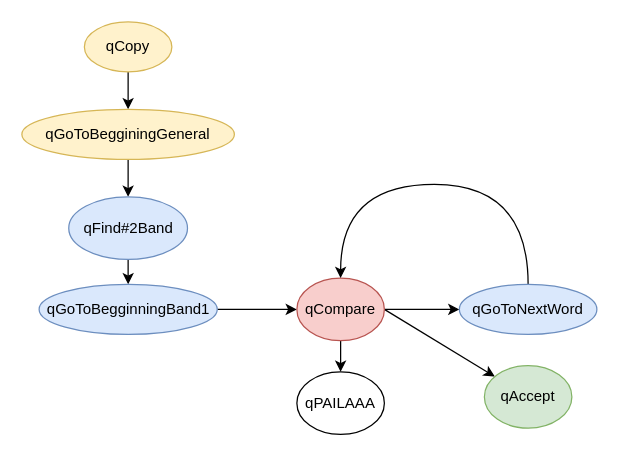
This is teoria_del_pc/presetacion/Untitled Diagram.drawio from DaveAlsina/4toSemestre, a draw.io file, before an edit. Source tidied: cells renumbered, new cells numbered last; positions are measured from the earlier drawing's top-left corner, leaving out a move shared by most shapes. Both pictures are drawn from the tidied source at 125%, with x=0, y=0 at pixel (21, 21).
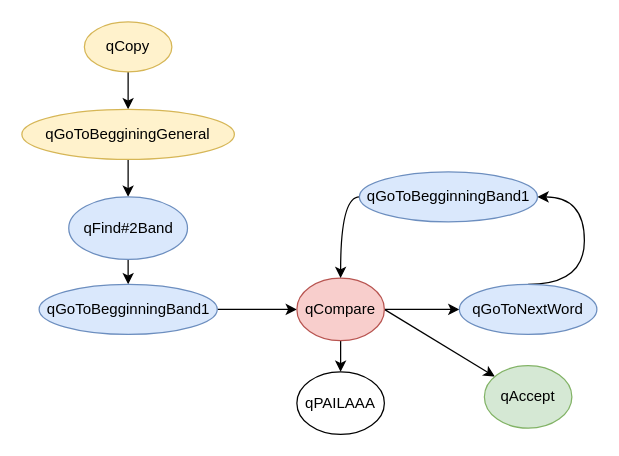
The same diagram, later.

Unchanged cells that the change refers to:
```xml
<mxCell id="13" value="qCompare" style="ellipse;whiteSpace=wrap;html=1;fillColor=#f8cecc;strokeColor=#b85450;" parent="1" vertex="1">
  <mxGeometry x="220" y="205" width="70" height="50" as="geometry" />
</mxCell>
<mxCell id="16" value="qGoToNextWord" style="ellipse;whiteSpace=wrap;html=1;fillColor=#dae8fc;strokeColor=#6c8ebf;" parent="1" vertex="1">
  <mxGeometry x="350" y="210" width="110" height="40" as="geometry" />
</mxCell>
```

Change to the diagram source:
```diff
@@
-    <mxCell id="15" style="edgeStyle=orthogonalEdgeStyle;rounded=0;jettySize=auto;html=1;exitX=0.5;exitY=0;exitDx=0;exitDy=0;entryX=0.5;entryY=0;entryDx=0;entryDy=0;curved=1;" parent="1" edge="1" source="16" target="13">
-      <mxGeometry relative="1" as="geometry">
-        <Array as="points">
-          <mxPoint x="405" y="130" />
-          <mxPoint x="255" y="130" />
-        </Array>
-      </mxGeometry>
-    </mxCell>
+    <mxCell id="18" style="edgeStyle=orthogonalEdgeStyle;rounded=0;jettySize=auto;html=1;exitX=0.5;exitY=0;exitDx=0;exitDy=0;entryX=1;entryY=0.5;entryDx=0;entryDy=0;curved=1;" parent="1" edge="1" source="16" target="20">
+      <mxGeometry relative="1" as="geometry">
+        <Array as="points">
+          <mxPoint x="450" y="210" />
+          <mxPoint x="450" y="140" />
+        </Array>
+      </mxGeometry>
+    </mxCell>
@@
+    <mxCell id="19" style="edgeStyle=orthogonalEdgeStyle;curved=1;rounded=0;jettySize=auto;html=1;exitX=0;exitY=0.5;exitDx=0;exitDy=0;entryX=0.5;entryY=0;entryDx=0;entryDy=0;" parent="1" edge="1" source="20" target="13">
+      <mxGeometry relative="1" as="geometry">
+        <Array as="points">
+          <mxPoint x="255" y="140" />
+        </Array>
+      </mxGeometry>
+    </mxCell>
+    <mxCell id="20" value="qGoToBegginningBand1" style="ellipse;whiteSpace=wrap;html=1;fillColor=#dae8fc;strokeColor=#6c8ebf;" parent="1" vertex="1">
+      <mxGeometry x="270" y="120" width="142.5" height="40" as="geometry" />
+    </mxCell>
```
